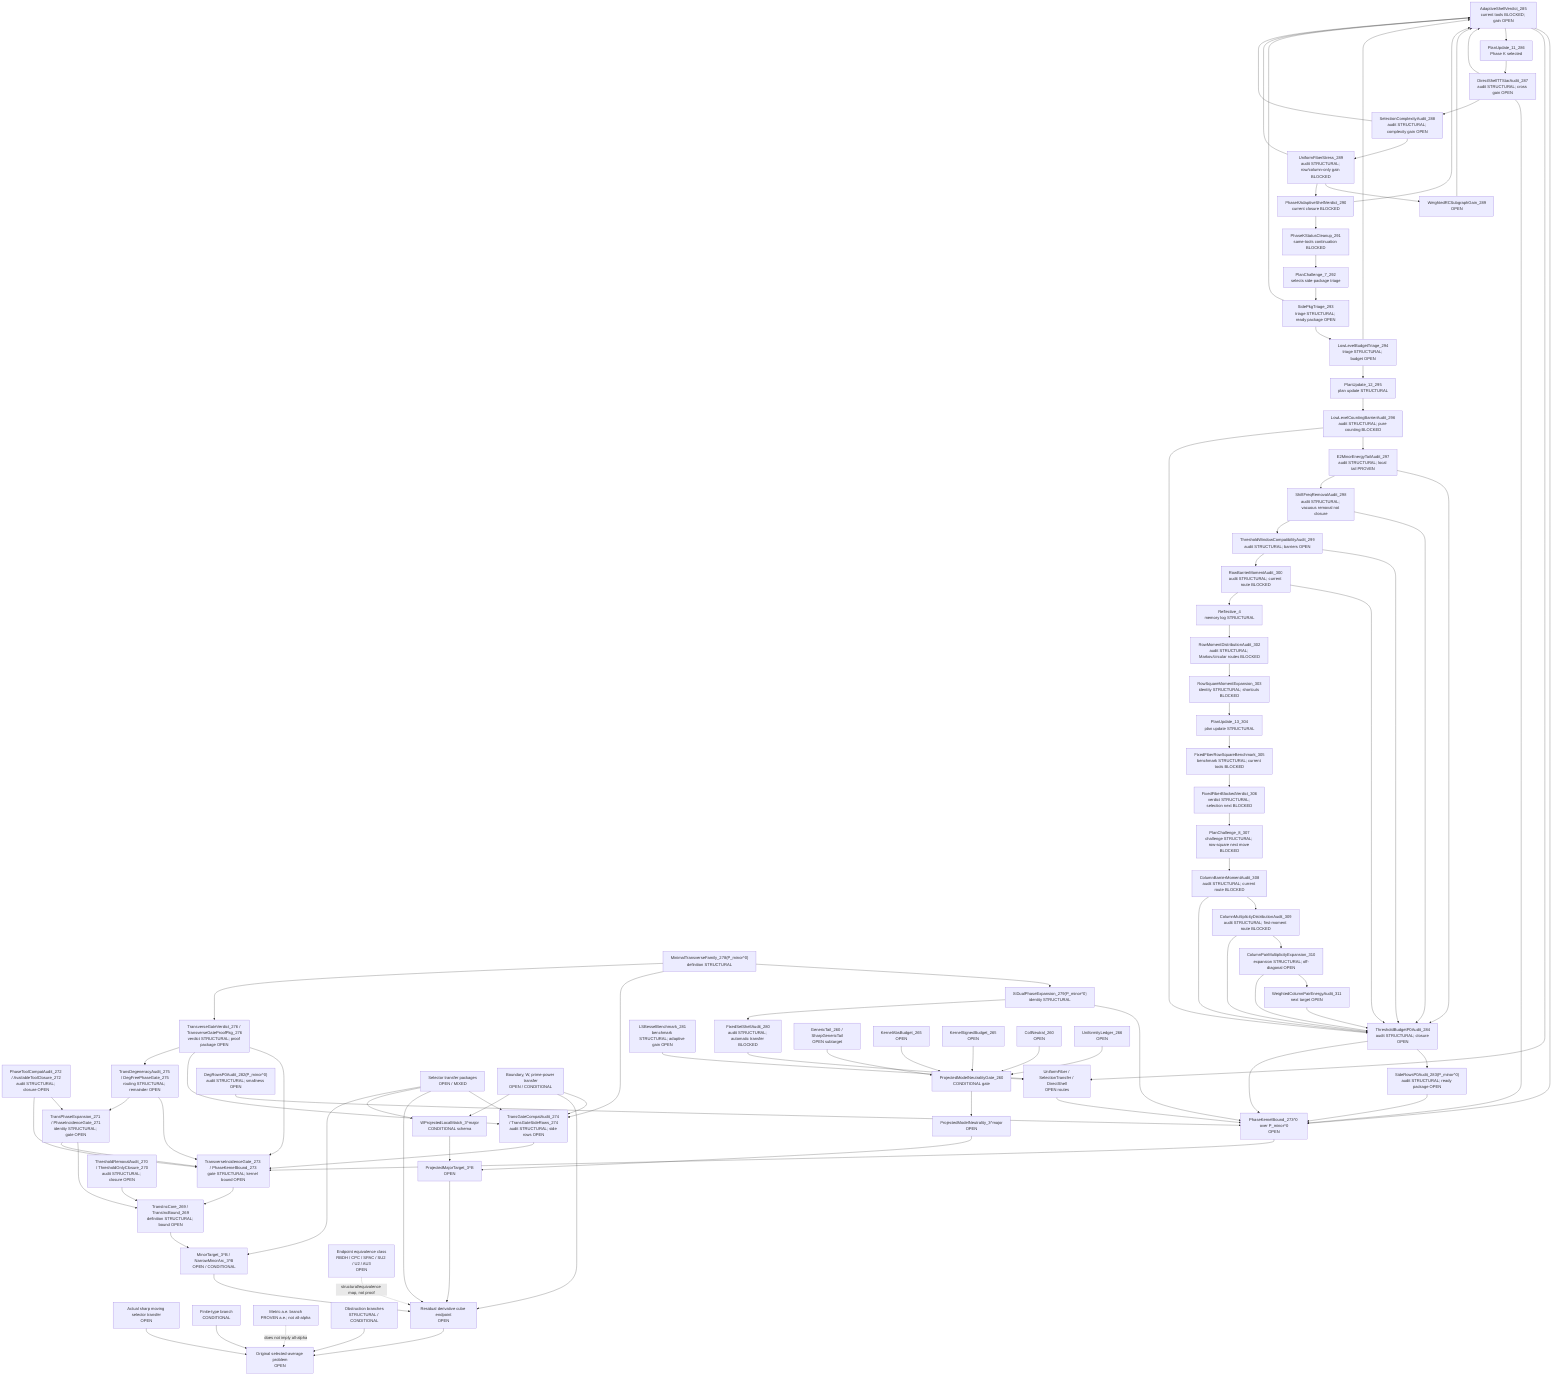
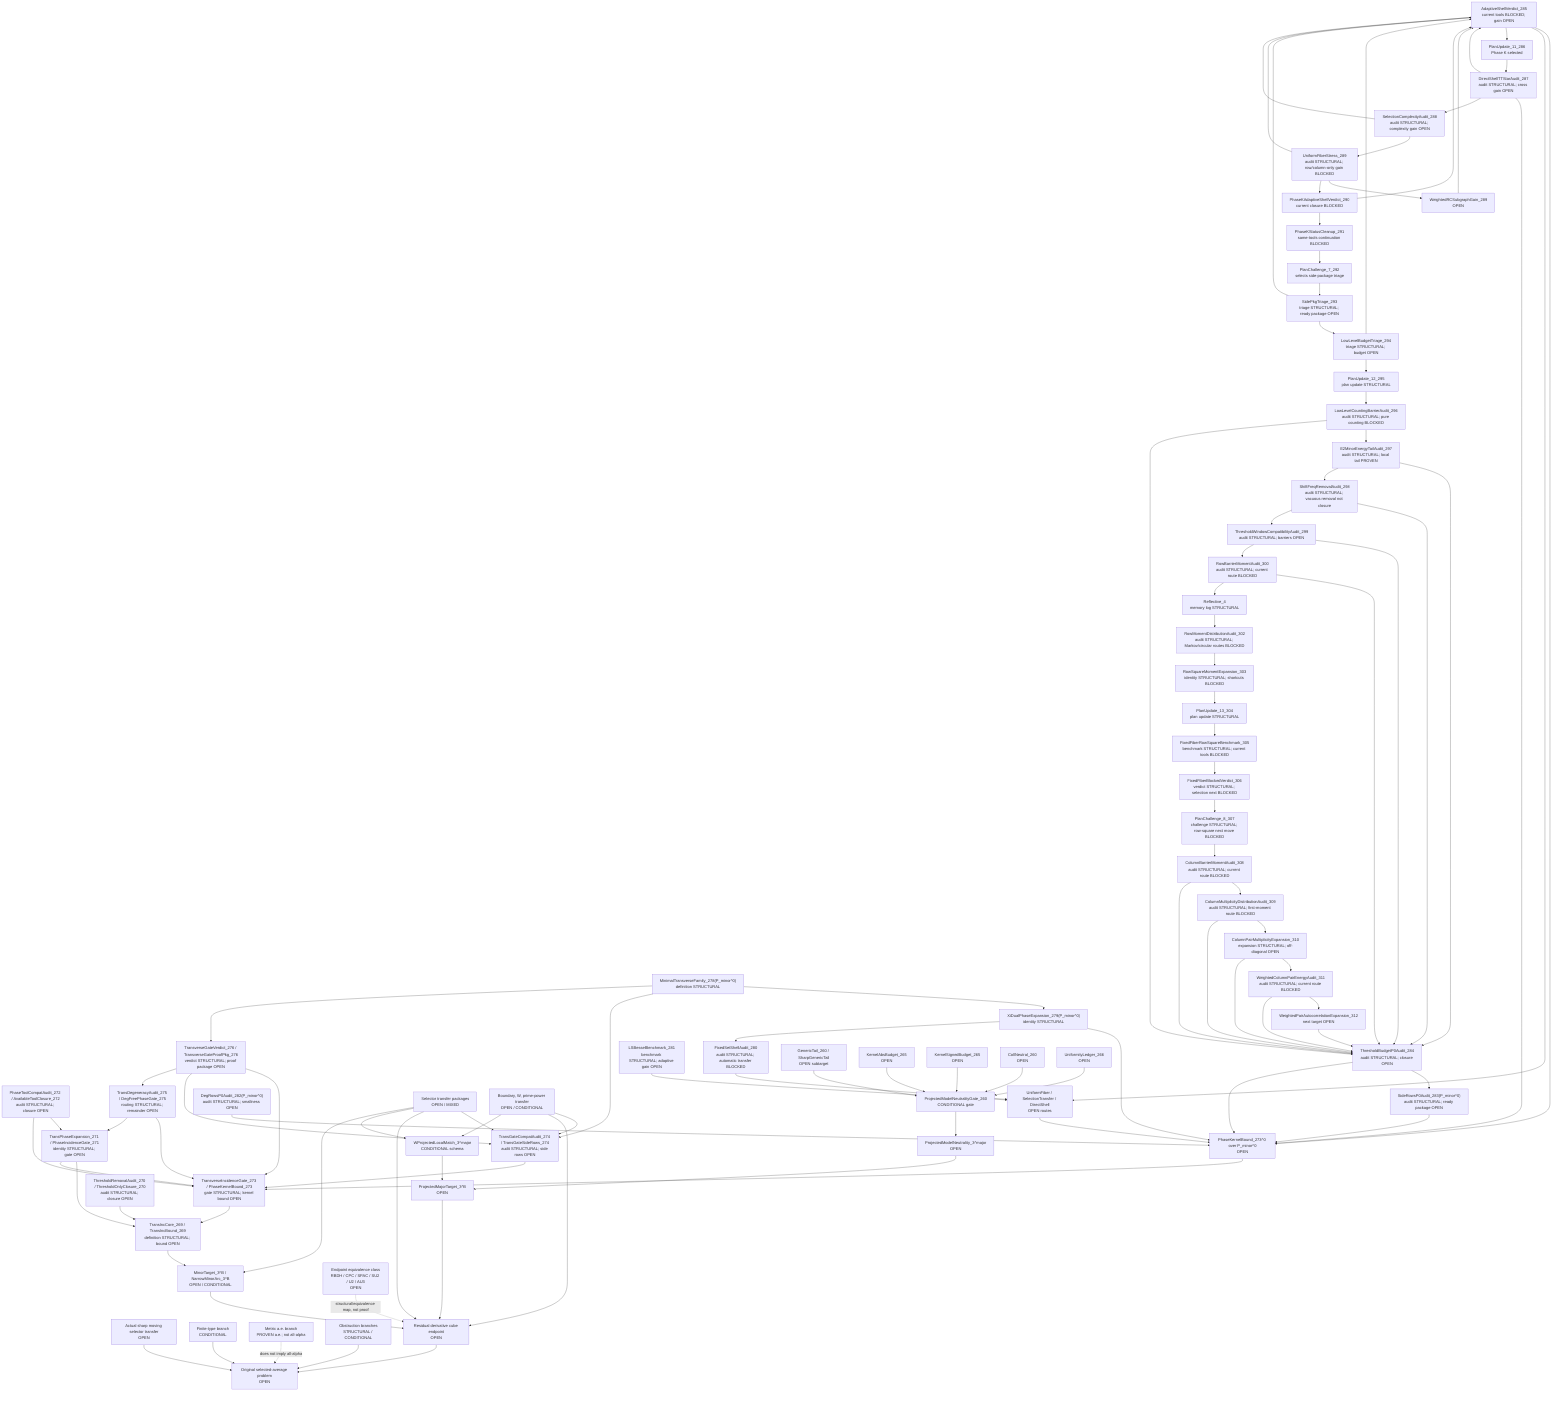
flowchart TD
  Original["Original selected-average problem<br/>OPEN"]
  SharpSel["Actual sharp moving selector transfer<br/>OPEN"]
  FiniteType["Finite-type branch<br/>CONDITIONAL"]
  Metric["Metric a.e. branch<br/>PROVEN a.e.; not all-alpha"]
  Obstruction["Obstruction branches<br/>STRUCTURAL / CONDITIONAL"]

  ResCube["Residual derivative cube endpoint<br/>OPEN"]
  MajorTarget["ProjectedMajorTarget_3^B<br/>OPEN"]
  MinorTarget["MinorTarget_3^B / NarrowMinorArc_3^B<br/>OPEN / CONDITIONAL"]
  TransInc["TransIncCore_269 / TransIncBound_269<br/>definition STRUCTURAL; bound OPEN"]
  ThresholdAudit["ThresholdRemovalAudit_270 / ThresholdOnlyClosure_270<br/>audit STRUCTURAL; closure OPEN"]
  PhaseExpansion["TransPhaseExpansion_271 / PhaseIncidenceGate_271<br/>identity STRUCTURAL; gate OPEN"]
  ToolCompat["PhaseToolCompatAudit_272 / AvailableToolClosure_272<br/>audit STRUCTURAL; closure OPEN"]
  TransGate["TransverseIncidenceGate_273 / PhaseKernelBound_273<br/>gate STRUCTURAL; kernel bound OPEN"]
  TransGateCompat["TransGateCompatAudit_274 / TransGateSideRows_274<br/>audit STRUCTURAL; side rows OPEN"]
  DegAudit["TransDegeneracyAudit_275 / DegFreePhaseGate_275<br/>routing STRUCTURAL; remainder OPEN"]
  TransVerdict["TransverseGateVerdict_276 / TransverseGateProofPkg_276<br/>verdict STRUCTURAL; proof package OPEN"]
  MinTransFamily["MinimalTransverseFamily_278(P_minor^0)<br/>definition STRUCTURAL"]
  XiExpansion["XiDualPhaseExpansion_279(P_minor^0)<br/>identity STRUCTURAL"]
  FixedShellAudit["FixedSetShellAudit_280<br/>audit STRUCTURAL; automatic transfer BLOCKED"]
  FixedShellTransfer["UniformFiber / SelectionTransfer / DirectShell<br/>OPEN routes"]
  LSBesselBench["LSBesselBenchmark_281<br/>benchmark STRUCTURAL; adaptive gain OPEN"]
  DegRowsP0["DegRowsP0Audit_282(P_minor^0)<br/>audit STRUCTURAL; smallness OPEN"]
  SideRowsP0["SideRowsP0Audit_283(P_minor^0)<br/>audit STRUCTURAL; ready package OPEN"]
  ThresholdP0["ThresholdBudgetP0Audit_284<br/>audit STRUCTURAL; closure OPEN"]
  AdaptiveShellP0["AdaptiveShellVerdict_285<br/>current tools BLOCKED; gain OPEN"]
  PlanUpdate11["PlanUpdate_11_286<br/>Phase K selected"]
  DirectTTStar["DirectShellTTStarAudit_287<br/>audit STRUCTURAL; cross gain OPEN"]
  SelectionComplexity["SelectionComplexityAudit_288<br/>audit STRUCTURAL; complexity gain OPEN"]
  UniformFiberStress["UniformFiberStress_289<br/>audit STRUCTURAL; row/column-only gain BLOCKED"]
  WeightedRCSubgraph["WeightedRCSubgraphGain_289<br/>OPEN"]
  AdaptiveVerdict290["PhaseKAdaptiveShellVerdict_290<br/>current closure BLOCKED"]
  PhaseKCleanup291["PhaseKStatusCleanup_291<br/>same-tools continuation BLOCKED"]
  PlanChallenge7["PlanChallenge_7_292<br/>selects side-package triage"]
  SidePkgTriage293["SidePkgTriage_293<br/>triage STRUCTURAL; ready package OPEN"]
  LowLevelTriage294["LowLevelBudgetTriage_294<br/>triage STRUCTURAL; budget OPEN"]
  PlanUpdate12["PlanUpdate_12_295<br/>plan update STRUCTURAL"]
  LowLevelBarrier296["LowLevelCountingBarrierAudit_296<br/>audit STRUCTURAL; pure counting BLOCKED"]
  E2Tail297["E2MinorEnergyTailAudit_297<br/>audit STRUCTURAL; local tail PROVEN"]
  ShiftFreq298["ShiftFreqRemovalAudit_298<br/>audit STRUCTURAL; vacuous removal not closure"]
  ThresholdWindow299["ThresholdWindowCompatibilityAudit_299<br/>audit STRUCTURAL; barriers OPEN"]
  RowBarrier300["RowBarrierMomentAudit_300<br/>audit STRUCTURAL; current route BLOCKED"]
  Reflective4["Reflective_4<br/>memory log STRUCTURAL"]
  RowMoment302["RowMomentDistributionAudit_302<br/>audit STRUCTURAL; Markov/circular routes BLOCKED"]
  RowSquare303["RowSquareMomentExpansion_303<br/>identity STRUCTURAL; shortcuts BLOCKED"]
  PlanUpdate13["PlanUpdate_13_304<br/>plan update STRUCTURAL"]
  FixedFiber305["FixedFiberRowSquareBenchmark_305<br/>benchmark STRUCTURAL; current tools BLOCKED"]
  FixedFiber306["FixedFiberBlockedVerdict_306<br/>verdict STRUCTURAL; selection next BLOCKED"]
  PlanChallenge8["PlanChallenge_8_307<br/>challenge STRUCTURAL; row-square next move BLOCKED"]
  ColumnBarrier308["ColumnBarrierMomentAudit_308<br/>audit STRUCTURAL; current route BLOCKED"]
  ColumnDist309["ColumnMultiplicityDistributionAudit_309<br/>audit STRUCTURAL; first-moment route BLOCKED"]
  ColumnPair310["ColumnPairMultiplicityExpansion_310<br/>expansion STRUCTURAL; off-diagonal OPEN"]
-   WPair311["WeightedColumnPairEnergyAudit_311<br/>next target OPEN"]
+   WPair311["WeightedColumnPairEnergyAudit_311<br/>audit STRUCTURAL; current route BLOCKED"]
+   AutoCorr312["WeightedPairAutocorrelationExpansion_312<br/>next target OPEN"]
  PhaseKernel0["PhaseKernelBound_273^0 over P_minor^0<br/>OPEN"]
  SelectorTransfer["Selector transfer packages<br/>OPEN / MIXED"]
  BoundaryTransfer["Boundary, W, prime-power transfer<br/>OPEN / CONDITIONAL"]

  WLocal["WProjectedLocalMatch_3^major<br/>CONDITIONAL schema"]
  ModelNeutral["ProjectedModelNeutrality_3^major<br/>OPEN"]
  PMNGate["ProjectedModelNeutralityGate_260<br/>CONDITIONAL gate"]
  GenericTail["GenericTail_260 / SharpGenericTail<br/>OPEN subtarget"]
  KernelAbs["KernelAbsBudget_265<br/>OPEN"]
  KernelSigned["KernelSignedBudget_265<br/>OPEN"]
  CollNeutral["CollNeutral_260<br/>OPEN"]
  Uniformity["UniformityLedger_266<br/>OPEN"]

  EndpointClass["Endpoint equivalence class<br/>RBDH / CPC / SPAC / SU2 / U2 / AU3<br/>OPEN"]

  SharpSel --> Original
  FiniteType --> Original
  Obstruction --> Original
  ResCube --> Original
  Metric -. "does not imply all-alpha" .-> Original

  MajorTarget --> ResCube
  MinorTarget --> ResCube
  TransInc --> MinorTarget
  ThresholdAudit --> TransInc
  PhaseExpansion --> TransInc
  ToolCompat --> PhaseExpansion
  TransGate --> TransInc
  PhaseExpansion --> TransGate
  ToolCompat --> TransGate
  TransGateCompat --> TransGate
  SelectorTransfer --> TransGateCompat
  BoundaryTransfer --> TransGateCompat
  DegAudit --> TransGate
  DegAudit --> PhaseExpansion
  TransVerdict --> TransGate
  TransVerdict --> TransGateCompat
  TransVerdict --> DegAudit
  PhaseKernel0 --> TransGate
  MinTransFamily --> XiExpansion
  XiExpansion --> PhaseKernel0
  XiExpansion --> FixedShellAudit
  FixedShellAudit --> FixedShellTransfer
  FixedShellTransfer --> PhaseKernel0
  LSBesselBench --> FixedShellTransfer
  DegRowsP0 --> PhaseKernel0
  SideRowsP0 --> PhaseKernel0
  ThresholdP0 --> SideRowsP0
  ThresholdP0 --> PhaseKernel0
  AdaptiveShellP0 --> PhaseKernel0
  AdaptiveShellP0 --> FixedShellTransfer
  AdaptiveShellP0 --> PlanUpdate11
  PlanUpdate11 --> DirectTTStar
  DirectTTStar --> AdaptiveShellP0
  DirectTTStar --> PhaseKernel0
  DirectTTStar --> SelectionComplexity
  SelectionComplexity --> UniformFiberStress
  SelectionComplexity --> AdaptiveShellP0
  UniformFiberStress --> WeightedRCSubgraph
  WeightedRCSubgraph --> AdaptiveShellP0
  UniformFiberStress --> AdaptiveVerdict290
  UniformFiberStress --> AdaptiveShellP0
  AdaptiveVerdict290 --> AdaptiveShellP0
  AdaptiveVerdict290 --> PhaseKCleanup291
  PhaseKCleanup291 --> PlanChallenge7
  PlanChallenge7 --> SidePkgTriage293
  SidePkgTriage293 --> LowLevelTriage294
  SidePkgTriage293 --> AdaptiveShellP0
  LowLevelTriage294 --> AdaptiveShellP0
  LowLevelTriage294 --> PlanUpdate12
  PlanUpdate12 --> LowLevelBarrier296
  LowLevelBarrier296 --> E2Tail297
  LowLevelBarrier296 --> ThresholdP0
  E2Tail297 --> ThresholdP0
  E2Tail297 --> ShiftFreq298
  ShiftFreq298 --> ThresholdP0
  ShiftFreq298 --> ThresholdWindow299
  ThresholdWindow299 --> ThresholdP0
  ThresholdWindow299 --> RowBarrier300
  RowBarrier300 --> ThresholdP0
  RowBarrier300 --> Reflective4
  Reflective4 --> RowMoment302
  RowMoment302 --> RowSquare303
  RowSquare303 --> PlanUpdate13
  PlanUpdate13 --> FixedFiber305
  FixedFiber305 --> FixedFiber306
  FixedFiber306 --> PlanChallenge8
  PlanChallenge8 --> ColumnBarrier308
  ColumnBarrier308 --> ColumnDist309
  ColumnDist309 --> ColumnPair310
  ColumnPair310 --> WPair311
+   WPair311 --> AutoCorr312
+   AutoCorr312 --> ThresholdP0
  WPair311 --> ThresholdP0
  ColumnPair310 --> ThresholdP0
  ColumnDist309 --> ThresholdP0
  ColumnBarrier308 --> ThresholdP0
  MinTransFamily --> TransGateCompat
  MinTransFamily --> TransVerdict
  SelectorTransfer --> ResCube
  BoundaryTransfer --> ResCube
  EndpointClass -. "structural/equivalence map, not proof" .-> ResCube

  WLocal --> MajorTarget
  ModelNeutral --> MajorTarget

  PMNGate --> ModelNeutral
  GenericTail --> PMNGate
  KernelAbs --> PMNGate
  KernelSigned --> PMNGate
  CollNeutral --> PMNGate
  Uniformity --> PMNGate

  BoundaryTransfer --> WLocal
  SelectorTransfer --> WLocal
  SelectorTransfer --> MinorTarget
